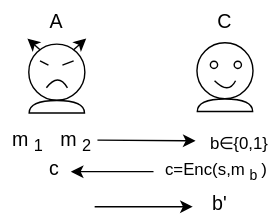
Earlier version of the draw.io export images/lec-cpa-game.drawio.svg (herumi/lecture-crypto). Source tidied: cells renumbered, new cells last; positions are measured from the earlier drawing's top-left corner, leaving out a move shared by most shapes.
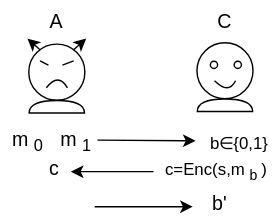
Later version of the same file.

What changed in the source:
```diff
@@ -77,7 +77,7 @@
     <mxCell id="18" value="&lt;span style=&quot;font-size: 14px;&quot;&gt;C&lt;/span&gt;" style="text;html=1;strokeColor=none;fillColor=none;align=center;verticalAlign=middle;whiteSpace=wrap;rounded=0;" parent="1" vertex="1">
       <mxGeometry x="143" width="34" height="30" as="geometry" />
     </mxCell>
-    <mxCell id="19" value="&lt;span style=&quot;font-size: 14px;&quot;&gt;m&lt;sub&gt;1&lt;/sub&gt;&lt;/span&gt;" style="text;html=1;strokeColor=none;fillColor=none;align=center;verticalAlign=middle;whiteSpace=wrap;rounded=0;" parent="1" vertex="1">
+    <mxCell id="19" value="&lt;span style=&quot;font-size: 14px;&quot;&gt;m&lt;sub&gt;0&lt;/sub&gt;&lt;/span&gt;" style="text;html=1;strokeColor=none;fillColor=none;align=center;verticalAlign=middle;whiteSpace=wrap;rounded=0;" parent="1" vertex="1">
       <mxGeometry y="87" width="39" height="25" as="geometry" />
     </mxCell>
     <mxCell id="20" style="edgeStyle=none;html=1;exitX=1;exitY=0.5;exitDx=0;exitDy=0;" parent="1" edge="1" source="21">
@@ -85,7 +85,7 @@
         <mxPoint x="139" y="100" as="targetPoint" />
       </mxGeometry>
     </mxCell>
-    <mxCell id="21" value="&lt;span style=&quot;font-size: 14px;&quot;&gt;m&lt;sub&gt;2&lt;/sub&gt;&lt;/span&gt;" style="text;html=1;strokeColor=none;fillColor=none;align=center;verticalAlign=middle;whiteSpace=wrap;rounded=0;" parent="1" vertex="1">
+    <mxCell id="21" value="&lt;span style=&quot;font-size: 14px;&quot;&gt;m&lt;sub&gt;1&lt;/sub&gt;&lt;/span&gt;" style="text;html=1;strokeColor=none;fillColor=none;align=center;verticalAlign=middle;whiteSpace=wrap;rounded=0;" parent="1" vertex="1">
       <mxGeometry x="39" y="87" width="30" height="25" as="geometry" />
     </mxCell>
     <mxCell id="22" value="&lt;span style=&quot;font-size: 14px;&quot;&gt;A&lt;/span&gt;" style="text;html=1;strokeColor=none;fillColor=none;align=center;verticalAlign=middle;whiteSpace=wrap;rounded=0;" parent="1" vertex="1">
```
